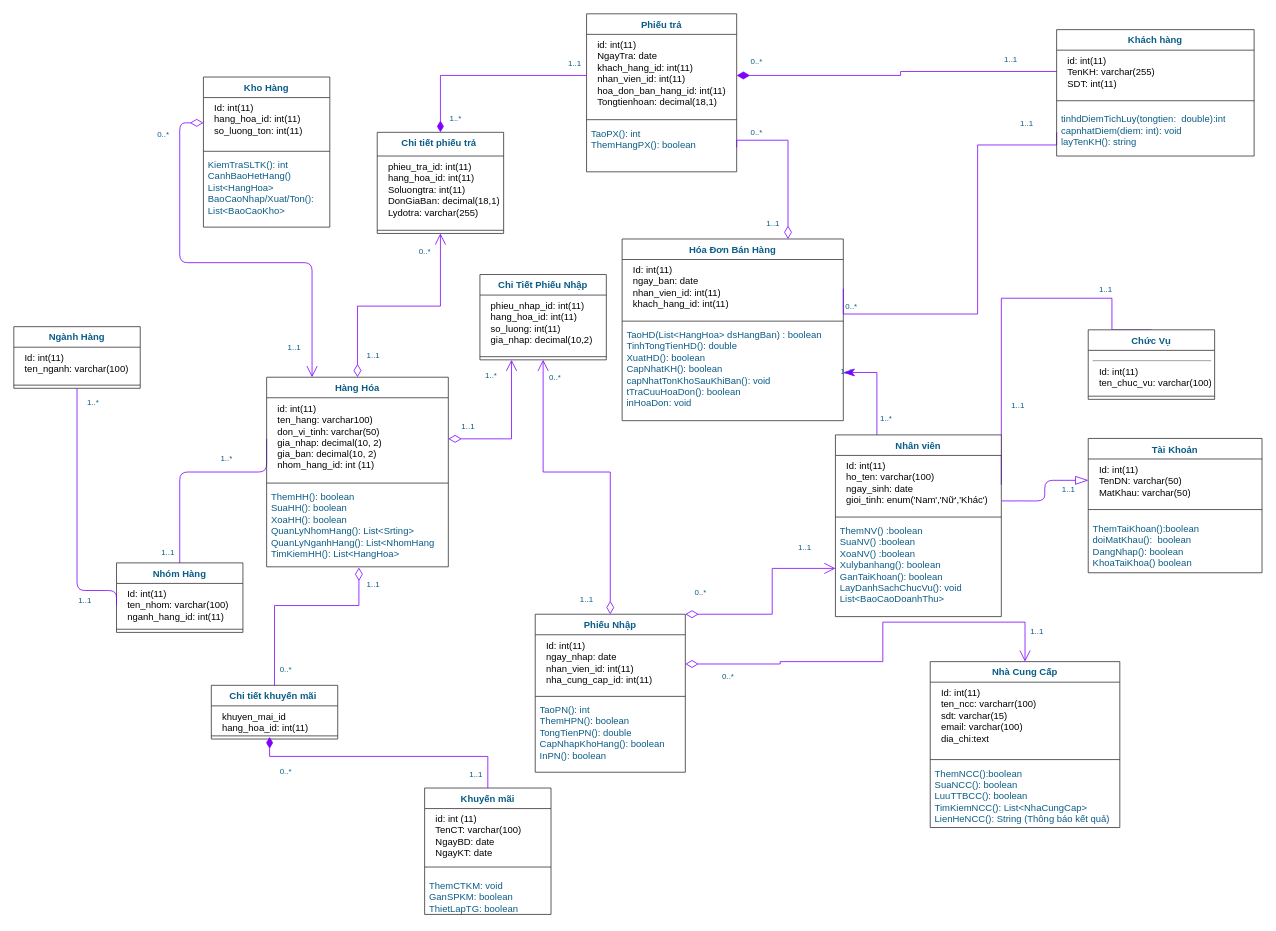
Above: classdiagram.drawio in RomJoke/K (draw.io), before the change. Source tidied: cells renumbered, new cells numbered last; positions are measured from the earlier drawing's top-left corner, leaving out a move shared by most shapes. Both pictures are drawn from the tidied source at 79%, with x=0, y=0 at pixel (13, 13).
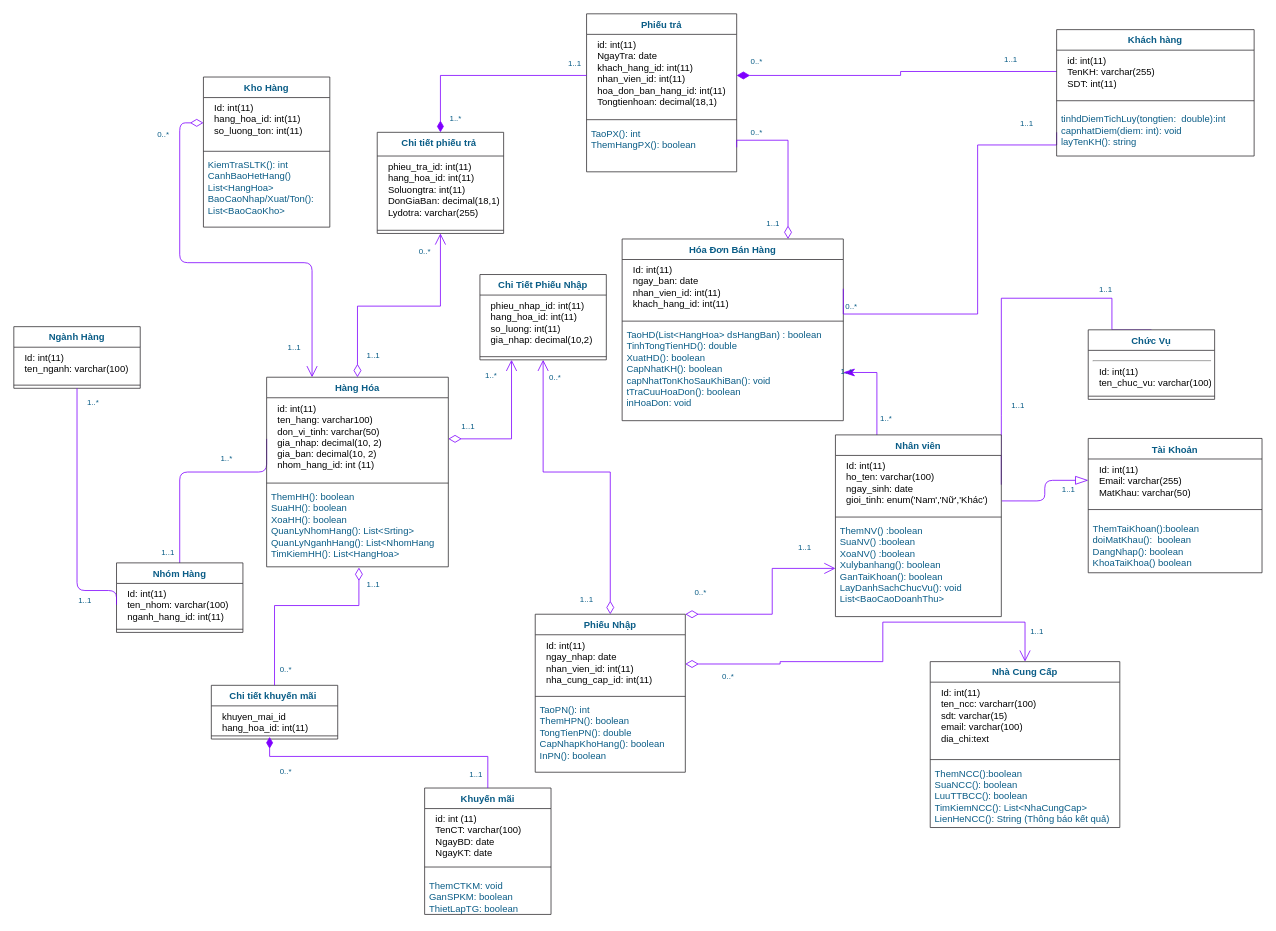
After the change.

Unchanged cells that the change refers to:
```xml
<mxCell id="107" value="Tài Khoản" style="swimlane;fontStyle=1;align=center;verticalAlign=top;horizontal=1;startSize=26;whiteSpace=wrap;html=1;strokeColor=light-dark(#333135, #d176ff);fontColor=#095C86;fillColor=#FFFFFF;" parent="1" vertex="1">
  <mxGeometry x="1360" y="537.5" width="220" height="170" as="geometry" />
</mxCell>
```

The edit, as a diff of the source:
```diff
@@
-    <mxCell id="108" value="&lt;p style=&quot;text-wrap-mode: nowrap; color: rgb(0, 0, 0); margin: 0px 0px 0px 8px;&quot;&gt;Id: int(11)&lt;/p&gt;&lt;p style=&quot;text-wrap-mode: nowrap; color: rgb(0, 0, 0); margin: 0px 0px 0px 8px;&quot;&gt;TenDN: varchar(50)&lt;/p&gt;&lt;p style=&quot;text-wrap-mode: nowrap; color: rgb(0, 0, 0); margin: 0px 0px 0px 8px;&quot;&gt;MatKhau: varchar(50)&lt;/p&gt;" style="text;strokeColor=none;fillColor=none;align=left;verticalAlign=top;spacingLeft=4;spacingRight=4;overflow=hidden;points=[[0,0.5],[1,0.5]];portConstraint=eastwest;whiteSpace=wrap;html=1;fontColor=#095C86;" parent="107" vertex="1">
+    <mxCell id="108" value="&lt;p style=&quot;text-wrap-mode: nowrap; color: rgb(0, 0, 0); margin: 0px 0px 0px 8px;&quot;&gt;Id: int(11)&lt;/p&gt;&lt;p style=&quot;text-wrap-mode: nowrap; color: rgb(0, 0, 0); margin: 0px 0px 0px 8px;&quot;&gt;Email: varchar(255)&lt;/p&gt;&lt;p style=&quot;text-wrap-mode: nowrap; color: rgb(0, 0, 0); margin: 0px 0px 0px 8px;&quot;&gt;MatKhau: varchar(50)&lt;/p&gt;" style="text;strokeColor=none;fillColor=none;align=left;verticalAlign=top;spacingLeft=4;spacingRight=4;overflow=hidden;points=[[0,0.5],[1,0.5]];portConstraint=eastwest;whiteSpace=wrap;html=1;fontColor=#095C86;" parent="107" vertex="1">
       <mxGeometry y="26" width="220" height="54" as="geometry" />
     </mxCell>
```
